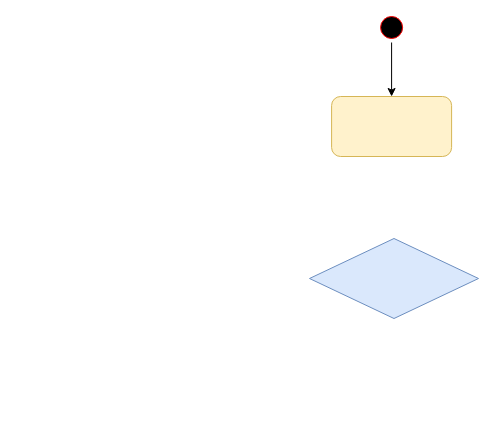
This is page "پیشنهاد برای پادکست" (2 of 19) of ActivityDiagram.drawio from Matinrezaei/Software-Lab, a draw.io file, before an edit. Source tidied: cells renumbered, new cells numbered last; positions are measured from the earlier drawing's top-left corner, leaving out a move shared by most shapes. Both pictures are drawn from the tidied source at 100%, with x=0, y=0 at pixel (309, 12).
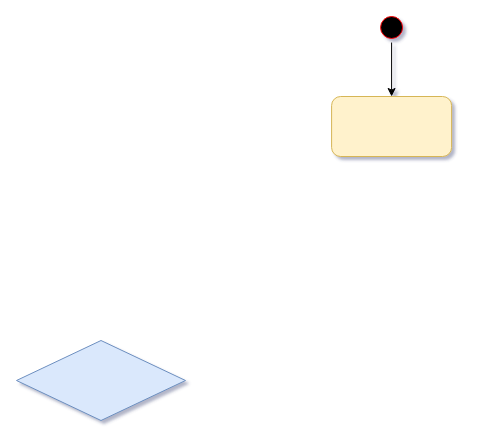
Above is the later version.

What changed in the source:
```diff
@@
-<mxGraphModel>
+<mxGraphModel shadow="1">
   <root>
     <mxCell id="0" />
     <mxCell id="1" parent="0" />
     <mxCell id="2" style="edgeStyle=orthogonalEdgeStyle;rounded=0;jettySize=auto;html=1;entryX=0.5;entryY=0;entryDx=0;entryDy=0;" parent="1" edge="1" source="3" target="4">
       <mxGeometry relative="1" as="geometry" />
     </mxCell>
     <mxCell id="3" style="ellipse;html=1;shape=startState;fillColor=#000000;strokeColor=#ff0000;" parent="1" vertex="1">
       <mxGeometry x="67.1" width="30" height="30" as="geometry" />
     </mxCell>
     <mxCell id="4" style="rounded=1;whiteSpace=wrap;html=1;fillColor=#fff2cc;strokeColor=#d6b656;" parent="1" vertex="1">
       <mxGeometry x="22.1" y="84" width="120" height="60" as="geometry" />
     </mxCell>
     <mxCell id="5" style="rhombus;whiteSpace=wrap;html=1;fillColor=#dae8fc;strokeColor=#6c8ebf;" parent="1" vertex="1">
-      <mxGeometry y="226" width="169" height="80" as="geometry" />
+      <mxGeometry x="-293" y="328" width="169" height="80" as="geometry" />
     </mxCell>
   </root>
 </mxGraphModel>
```
